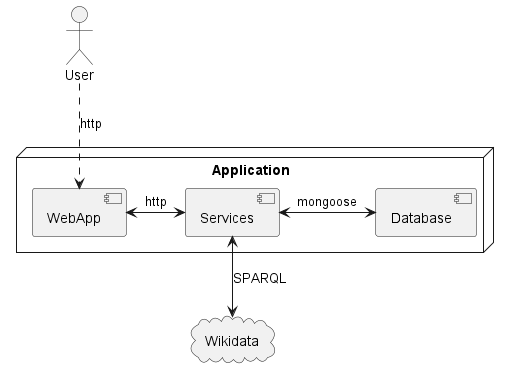
Before: docs/images/03_technical_context.png, a diagram exported from PlantUML (Arquisoft/wiq_en3b). Source of this version:
```plantuml
@startuml Technical Context

actor User

node Application {
    component  WebApp
    component  Services
    component Database
}

cloud  Wikidata

User ..> WebApp : http
WebApp <-> Services : http
Services <-> Database : mongoose
Services <--> Wikidata : SPARQL

@enduml
```
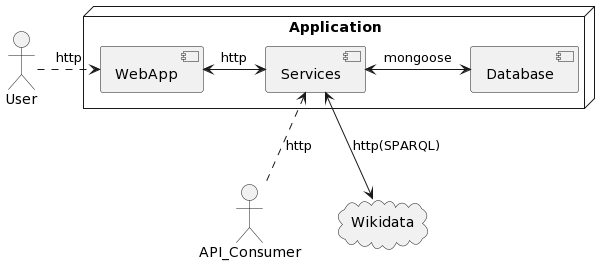
After the commit.

What changed in the source:
```diff
@@ -1,6 +1,6 @@
-@startuml Technical Context
-
+@startuml
 actor User
+actor API_Consumer
 
 node Application {
     component  WebApp
@@ -10,9 +10,9 @@
 
 cloud  Wikidata
 
-User ..> WebApp : http
+User .right.> WebApp : http
+API_Consumer .up.>Services : http
 WebApp <-> Services : http
 Services <-> Database : mongoose
-Services <--> Wikidata : SPARQL
-
+Services <--> Wikidata : http(SPARQL)
 @enduml
```
